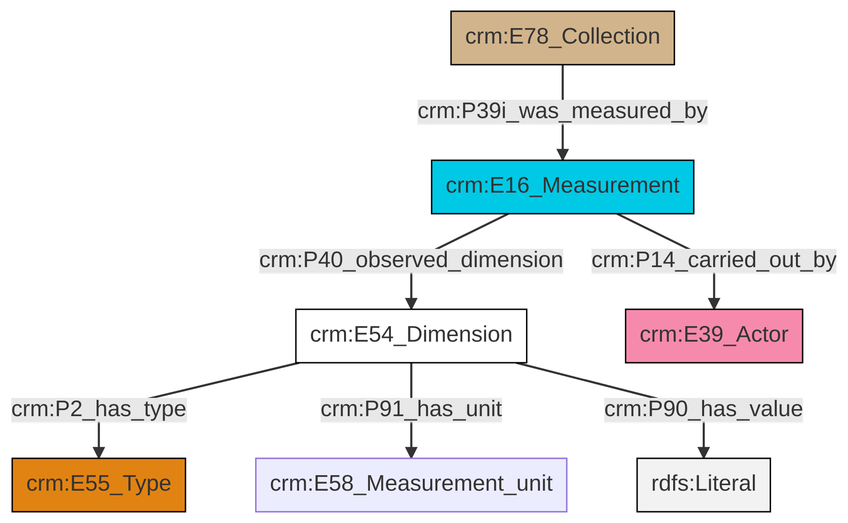
This is et/archivalCSV/ttl/mmd/png/archival_substance.png from swiss-art-research-net/docs.swissartresearch, a Mermaid export, as it was before one commit. Its source is kept beside it as et/archivalCSV/ttl/mmd/archival_substance.ttl.mmd.
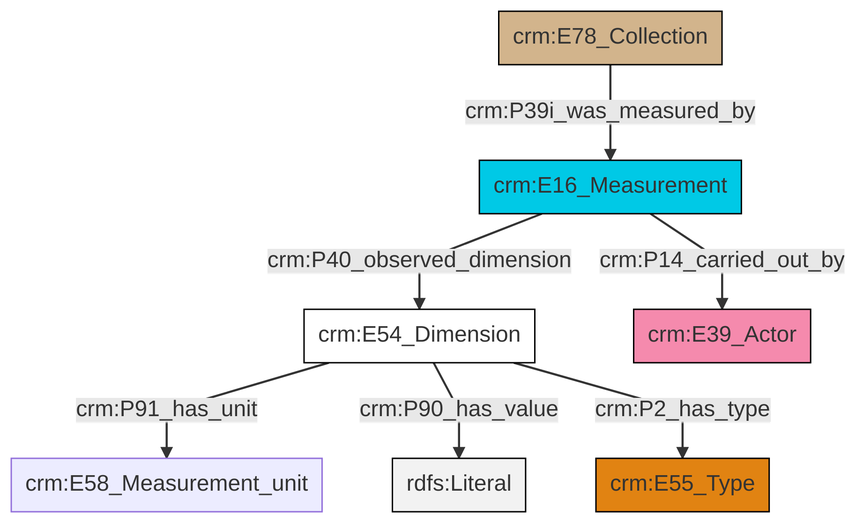
Above is the later version.

The edit, as a diff of the source:
```diff
@@ -13,9 +13,9 @@
 classDef PC_Classes fill:#4ce600, stroke:#000000;
 classDef Multi fill:#cccccc,stroke:#000000;
 
-2["crm:E54_Dimension"]:::CRM_Entity -->|crm:P2_has_type| 0["crm:E55_Type"]:::Type
-3["crm:E16_Measurement"]:::Temporal_Entity -->|crm:P14_carried_out_by| 4["crm:E39_Actor"]:::Actor
-2["crm:E54_Dimension"]:::CRM_Entity -->|crm:P91_has_unit| 6["crm:E58_Measurement_unit"]:::Default
-10["crm:E78_Collection"]:::Physical_Thing -->|crm:P39i_was_measured_by| 3["crm:E16_Measurement"]:::Temporal_Entity
-2["crm:E54_Dimension"]:::CRM_Entity -->|crm:P90_has_value| 11[rdfs:Literal]:::Literal
-3["crm:E16_Measurement"]:::Temporal_Entity -->|crm:P40_observed_dimension| 2["crm:E54_Dimension"]:::CRM_Entity
+0["crm:E54_Dimension"]:::CRM_Entity -->|crm:P91_has_unit| 4["crm:E58_Measurement_unit"]:::Default
+6["crm:E16_Measurement"]:::Temporal_Entity -->|crm:P40_observed_dimension| 0["crm:E54_Dimension"]:::CRM_Entity
+8["crm:E78_Collection"]:::Physical_Thing -->|crm:P39i_was_measured_by| 6["crm:E16_Measurement"]:::Temporal_Entity
+0["crm:E54_Dimension"]:::CRM_Entity -->|crm:P90_has_value| 10[rdfs:Literal]:::Literal
+6["crm:E16_Measurement"]:::Temporal_Entity -->|crm:P14_carried_out_by| 2["crm:E39_Actor"]:::Actor
+0["crm:E54_Dimension"]:::CRM_Entity -->|crm:P2_has_type| 11["crm:E55_Type"]:::Type
```
